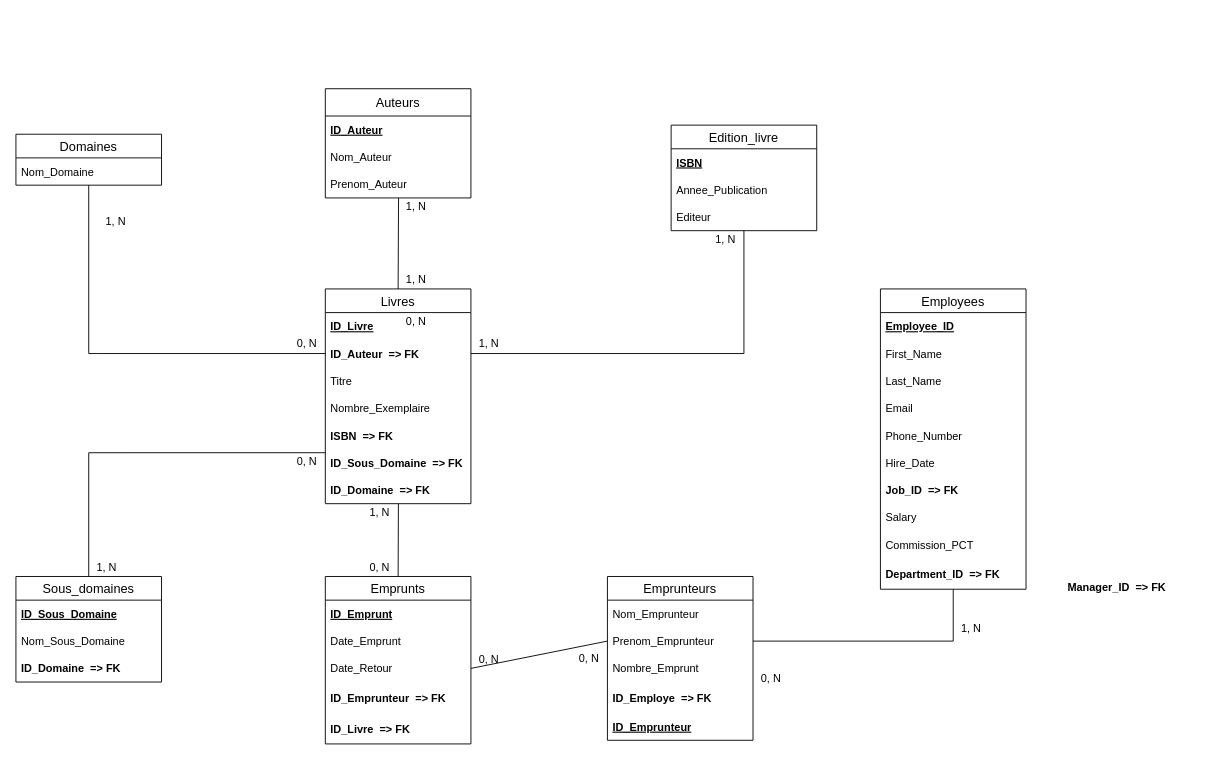
Jerome-Kraft/Projet_BDD keeps this draw.io diagram as MCD.drawio. Above is the earlier version. Source tidied: cells renumbered, new cells numbered last; positions are measured from the earlier drawing's top-left corner, leaving out a move shared by most shapes. Both pictures are drawn from the tidied source at 91%, with x=0, y=0 at pixel (15, 88).
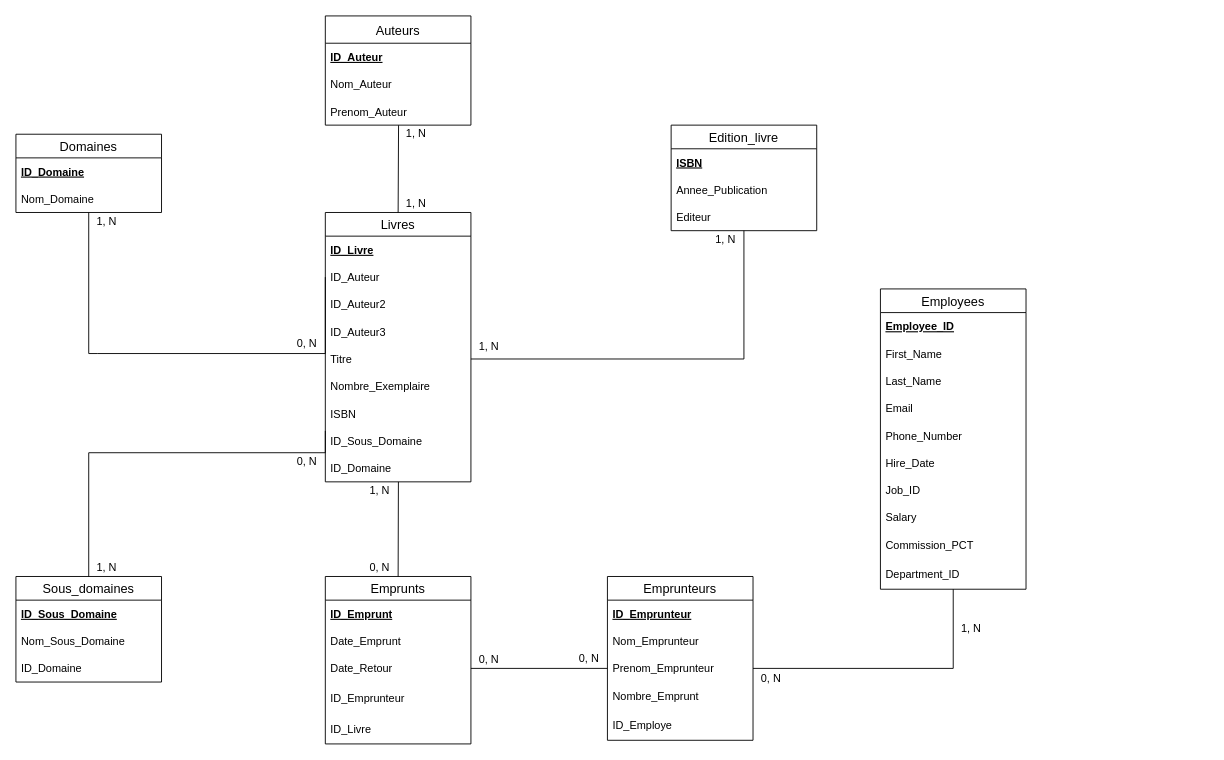
After the change.

Unchanged cells that the change refers to:
```xml
<mxCell id="12" value="Edition_livre" style="swimlane;fontStyle=0;horizontal=1;startSize=26;align=center;fontSize=14;" parent="1" vertex="1">
  <mxGeometry x="720" y="40" width="160" height="116" as="geometry" />
</mxCell>
<mxCell id="16" value="Sous_domaines" style="swimlane;fontStyle=0;horizontal=1;startSize=26;align=center;fontSize=14;" parent="1" vertex="1">
  <mxGeometry y="536" width="160" height="116" as="geometry" />
</mxCell>
<mxCell id="33" value="Emprunteurs" style="swimlane;fontStyle=0;horizontal=1;startSize=26;align=center;fontSize=14;" parent="1" vertex="1">
  <mxGeometry x="650" y="536" width="160" height="180" as="geometry" />
</mxCell>
<mxCell id="39" value="Emprunts" style="swimlane;fontStyle=0;horizontal=1;startSize=26;align=center;fontSize=14;" parent="1" vertex="1">
  <mxGeometry x="340" y="536" width="160" height="184" as="geometry" />
</mxCell>
<mxCell id="50" value="Employees" style="swimlane;fontStyle=0;horizontal=1;startSize=26;align=center;fontSize=14;" parent="1" vertex="1">
  <mxGeometry x="950" y="220" width="160" height="330" as="geometry" />
</mxCell>
```

Diff of the diagram source:
```diff
@@
     <mxCell id="2" value="Livres" style="swimlane;fontStyle=0;horizontal=1;startSize=26;align=center;fontSize=14;" parent="1" vertex="1">
-      <mxGeometry x="340" y="220" width="160" height="236" as="geometry" />
+      <mxGeometry x="340" y="136" width="160" height="296" as="geometry" />
     </mxCell>
@@
-    <mxCell id="4" value="ID_Auteur  =&gt; FK" style="text;strokeColor=none;fillColor=none;spacingLeft=4;spacingRight=4;overflow=hidden;points=[[0,0.5],[1,0.5]];portConstraint=eastwest;fontSize=12;verticalAlign=middle;fontStyle=1;" parent="2" vertex="1">
+    <mxCell id="4" value="ID_Auteur" style="text;strokeColor=none;fillColor=none;spacingLeft=4;spacingRight=4;overflow=hidden;points=[[0,0.5],[1,0.5]];portConstraint=eastwest;fontSize=12;verticalAlign=middle;fontStyle=0;" parent="2" vertex="1">
       <mxGeometry y="56" width="160" height="30" as="geometry" />
     </mxCell>
+    <mxCell id="70" value="ID_Auteur2" style="text;strokeColor=none;fillColor=none;spacingLeft=4;spacingRight=4;overflow=hidden;fontSize=12;verticalAlign=middle;fontStyle=0;" parent="2" vertex="1">
+      <mxGeometry y="86" width="160" height="30" as="geometry" />
+    </mxCell>
+    <mxCell id="71" value="ID_Auteur3" style="text;strokeColor=none;fillColor=none;spacingLeft=4;spacingRight=4;overflow=hidden;fontSize=12;verticalAlign=middle;fontStyle=0;" parent="2" vertex="1">
+      <mxGeometry y="116" width="160" height="30" as="geometry" />
+    </mxCell>
     <mxCell id="5" value="Titre" style="text;strokeColor=none;fillColor=none;spacingLeft=4;spacingRight=4;overflow=hidden;points=[[0,0.5],[1,0.5]];portConstraint=eastwest;fontSize=12;verticalAlign=middle;" parent="2" vertex="1">
-      <mxGeometry y="86" width="160" height="30" as="geometry" />
+      <mxGeometry y="146" width="160" height="30" as="geometry" />
     </mxCell>
     <mxCell id="6" value="Nombre_Exemplaire" style="text;strokeColor=none;fillColor=none;spacingLeft=4;spacingRight=4;overflow=hidden;fontSize=12;verticalAlign=middle;" parent="2" vertex="1">
-      <mxGeometry y="116" width="160" height="30" as="geometry" />
+      <mxGeometry y="176" width="160" height="30" as="geometry" />
     </mxCell>
-    <mxCell id="7" value="ISBN  =&gt; FK" style="text;strokeColor=none;fillColor=none;spacingLeft=4;spacingRight=4;overflow=hidden;fontSize=12;verticalAlign=middle;fontStyle=1;" parent="2" vertex="1">
-      <mxGeometry y="146" width="160" height="30" as="geometry" />
+    <mxCell id="7" value="ISBN" style="text;strokeColor=none;fillColor=none;spacingLeft=4;spacingRight=4;overflow=hidden;fontSize=12;verticalAlign=middle;fontStyle=0;" parent="2" vertex="1">
+      <mxGeometry y="206" width="160" height="30" as="geometry" />
     </mxCell>
-    <mxCell id="8" value="ID_Sous_Domaine  =&gt; FK" style="text;strokeColor=none;fillColor=none;spacingLeft=4;spacingRight=4;overflow=hidden;points=[[0,0.5],[1,0.5]];portConstraint=eastwest;fontSize=12;fontStyle=1;verticalAlign=middle;" parent="2" vertex="1">
-      <mxGeometry y="176" width="160" height="30" as="geometry" />
+    <mxCell id="8" value="ID_Sous_Domaine" style="text;strokeColor=none;fillColor=none;spacingLeft=4;spacingRight=4;overflow=hidden;points=[[0,0.5],[1,0.5]];portConstraint=eastwest;fontSize=12;fontStyle=0;verticalAlign=middle;" parent="2" vertex="1">
+      <mxGeometry y="236" width="160" height="30" as="geometry" />
     </mxCell>
-    <mxCell id="9" value="ID_Domaine  =&gt; FK" style="text;strokeColor=none;fillColor=none;spacingLeft=4;spacingRight=4;overflow=hidden;points=[[0,0.5],[1,0.5]];portConstraint=eastwest;fontSize=12;verticalAlign=middle;fontStyle=1;" parent="2" vertex="1">
-      <mxGeometry y="206" width="160" height="30" as="geometry" />
+    <mxCell id="9" value="ID_Domaine" style="text;strokeColor=none;fillColor=none;spacingLeft=4;spacingRight=4;overflow=hidden;points=[[0,0.5],[1,0.5]];portConstraint=eastwest;fontSize=12;verticalAlign=middle;fontStyle=0;" parent="2" vertex="1">
+      <mxGeometry y="266" width="160" height="30" as="geometry" />
     </mxCell>
     <mxCell id="10" value="Domaines" style="swimlane;fontStyle=0;horizontal=1;startSize=26;align=center;fontSize=14;" parent="1" vertex="1">
-      <mxGeometry y="50" width="160" height="56" as="geometry" />
+      <mxGeometry y="50" width="160" height="86" as="geometry" />
     </mxCell>
+    <mxCell id="72" value="ID_Domaine" style="text;strokeColor=none;fillColor=none;spacingLeft=4;spacingRight=4;overflow=hidden;fontSize=12;fontStyle=5;verticalAlign=middle;" parent="10" vertex="1">
+      <mxGeometry y="26" width="160" height="30" as="geometry" />
+    </mxCell>
     <mxCell id="11" value="Nom_Domaine" style="text;strokeColor=none;fillColor=none;spacingLeft=4;spacingRight=4;overflow=hidden;fontSize=12;verticalAlign=middle;" parent="10" vertex="1">
-      <mxGeometry y="26" width="160" height="30" as="geometry" />
+      <mxGeometry y="56" width="160" height="30" as="geometry" />
     </mxCell>
@@
-    <mxCell id="19" value="ID_Domaine  =&gt; FK" style="text;strokeColor=none;fillColor=none;spacingLeft=4;spacingRight=4;overflow=hidden;fontSize=12;verticalAlign=middle;fontStyle=1;" parent="16" vertex="1">
+    <mxCell id="19" value="ID_Domaine" style="text;strokeColor=none;fillColor=none;spacingLeft=4;spacingRight=4;overflow=hidden;fontSize=12;verticalAlign=middle;fontStyle=0;" parent="16" vertex="1">
       <mxGeometry y="86" width="160" height="30" as="geometry" />
     </mxCell>
     <mxCell id="20" value="Auteurs" style="swimlane;fontStyle=0;horizontal=1;startSize=30;align=center;fontSize=14;" parent="1" vertex="1">
-      <mxGeometry x="340" width="160" height="120" as="geometry" />
+      <mxGeometry x="340" y="-80" width="160" height="120" as="geometry" />
     </mxCell>
@@
-    <mxCell id="24" style="endArrow=none;html=1;rounded=0;edgeStyle=orthogonalEdgeStyle;exitX=1;exitY=0.5;exitDx=0;exitDy=0;entryX=0.5;entryY=1;entryDx=0;entryDy=0;" parent="1" edge="1" source="4" target="12">
+    <mxCell id="24" style="endArrow=none;html=1;rounded=0;edgeStyle=orthogonalEdgeStyle;exitX=1;exitY=0.5;exitDx=0;exitDy=0;entryX=0.5;entryY=1;entryDx=0;entryDy=0;" parent="1" edge="1" source="5" target="12">
       <mxGeometry relative="1" as="geometry" />
     </mxCell>
@@
     <mxCell id="30" value="1, N" style="text;html=1;strokeColor=none;fillColor=none;align=center;verticalAlign=middle;whiteSpace=wrap;rounded=0;" parent="1" vertex="1">
-      <mxGeometry x="90" y="136" width="40" height="20" as="geometry" />
+      <mxGeometry x="80" y="136" width="40" height="20" as="geometry" />
     </mxCell>
     <mxCell id="31" value="1, N" style="text;html=1;strokeColor=none;fillColor=none;align=center;verticalAlign=middle;whiteSpace=wrap;rounded=0;" parent="1" vertex="1">
-      <mxGeometry x="500" y="270" width="40" height="20" as="geometry" />
+      <mxGeometry x="500" y="274" width="40" height="20" as="geometry" />
     </mxCell>
@@
+    <mxCell id="38" value="ID_Emprunteur" style="text;strokeColor=none;fillColor=none;spacingLeft=4;spacingRight=4;overflow=hidden;fontSize=12;verticalAlign=middle;fontStyle=5;" parent="33" vertex="1">
+      <mxGeometry y="26" width="160" height="30" as="geometry" />
+    </mxCell>
     <mxCell id="34" value="Nom_Emprunteur" style="text;strokeColor=none;fillColor=none;spacingLeft=4;spacingRight=4;overflow=hidden;fontSize=12;verticalAlign=middle;" parent="33" vertex="1">
-      <mxGeometry y="26" width="160" height="30" as="geometry" />
+      <mxGeometry y="56" width="160" height="30" as="geometry" />
     </mxCell>
     <mxCell id="35" value="Prenom_Emprunteur" style="text;strokeColor=none;fillColor=none;spacingLeft=4;spacingRight=4;overflow=hidden;points=[[0,0.5],[1,0.5]];portConstraint=eastwest;fontSize=12;verticalAlign=middle;" parent="33" vertex="1">
-      <mxGeometry y="56" width="160" height="30" as="geometry" />
+      <mxGeometry y="86" width="160" height="30" as="geometry" />
     </mxCell>
     <mxCell id="36" value="Nombre_Emprunt" style="text;strokeColor=none;fillColor=none;spacingLeft=4;spacingRight=4;overflow=hidden;fontSize=12;verticalAlign=middle;" parent="33" vertex="1">
-      <mxGeometry y="86" width="160" height="30" as="geometry" />
+      <mxGeometry y="116" width="160" height="30" as="geometry" />
     </mxCell>
-    <mxCell id="37" value="ID_Employe  =&gt; FK" style="text;strokeColor=none;fillColor=none;spacingLeft=4;spacingRight=4;overflow=hidden;fontSize=12;verticalAlign=middle;fontStyle=1;" parent="33" vertex="1">
-      <mxGeometry y="116" width="160" height="34" as="geometry" />
+    <mxCell id="37" value="ID_Employe" style="text;strokeColor=none;fillColor=none;spacingLeft=4;spacingRight=4;overflow=hidden;fontSize=12;verticalAlign=middle;fontStyle=0;" parent="33" vertex="1">
+      <mxGeometry y="146" width="160" height="34" as="geometry" />
     </mxCell>
-    <mxCell id="38" value="ID_Emprunteur" style="text;strokeColor=none;fillColor=none;spacingLeft=4;spacingRight=4;overflow=hidden;fontSize=12;verticalAlign=middle;fontStyle=5;" parent="33" vertex="1">
-      <mxGeometry y="150" width="160" height="30" as="geometry" />
-    </mxCell>
@@
-    <mxCell id="43" value="ID_Emprunteur  =&gt; FK" style="text;strokeColor=none;fillColor=none;spacingLeft=4;spacingRight=4;overflow=hidden;fontSize=12;verticalAlign=middle;fontStyle=1;" parent="39" vertex="1">
+    <mxCell id="43" value="ID_Emprunteur" style="text;strokeColor=none;fillColor=none;spacingLeft=4;spacingRight=4;overflow=hidden;fontSize=12;verticalAlign=middle;fontStyle=0;" parent="39" vertex="1">
       <mxGeometry y="116" width="160" height="34" as="geometry" />
     </mxCell>
-    <mxCell id="44" value="ID_Livre  =&gt; FK" style="text;strokeColor=none;fillColor=none;spacingLeft=4;spacingRight=4;overflow=hidden;fontSize=12;verticalAlign=middle;fontStyle=1;" parent="39" vertex="1">
+    <mxCell id="44" value="ID_Livre" style="text;strokeColor=none;fillColor=none;spacingLeft=4;spacingRight=4;overflow=hidden;fontSize=12;verticalAlign=middle;fontStyle=0;" parent="39" vertex="1">
       <mxGeometry y="150" width="160" height="34" as="geometry" />
     </mxCell>
@@
-    <mxCell id="46" value="0, N" style="text;html=1;strokeColor=none;fillColor=none;align=center;verticalAlign=middle;whiteSpace=wrap;rounded=0;" parent="1" vertex="1">
-      <mxGeometry x="420" y="246" width="40" height="20" as="geometry" />
-    </mxCell>
@@
-    <mxCell id="57" value="Job_ID  =&gt; FK" style="text;strokeColor=none;fillColor=none;spacingLeft=4;spacingRight=4;overflow=hidden;fontSize=12;verticalAlign=middle;fontStyle=1;" parent="50" vertex="1">
+    <mxCell id="57" value="Job_ID" style="text;strokeColor=none;fillColor=none;spacingLeft=4;spacingRight=4;overflow=hidden;fontSize=12;verticalAlign=middle;fontStyle=0;" parent="50" vertex="1">
       <mxGeometry y="206" width="160" height="30" as="geometry" />
     </mxCell>
@@
-    <mxCell id="60" value="Department_ID  =&gt; FK" style="text;strokeColor=none;fillColor=none;spacingLeft=4;spacingRight=4;overflow=hidden;fontSize=12;verticalAlign=middle;fontStyle=1;" parent="50" vertex="1">
+    <mxCell id="60" value="Department_ID" style="text;strokeColor=none;fillColor=none;spacingLeft=4;spacingRight=4;overflow=hidden;fontSize=12;verticalAlign=middle;fontStyle=0;" parent="50" vertex="1">
       <mxGeometry y="296" width="160" height="34" as="geometry" />
     </mxCell>
@@
     <mxCell id="63" value="1, N" style="text;html=1;strokeColor=none;fillColor=none;align=center;verticalAlign=middle;whiteSpace=wrap;rounded=0;" parent="1" vertex="1">
-      <mxGeometry x="420" y="120" width="40" height="20" as="geometry" />
+      <mxGeometry x="420" y="40" width="40" height="20" as="geometry" />
     </mxCell>
     <mxCell id="64" value="1, N" style="text;html=1;strokeColor=none;fillColor=none;align=center;verticalAlign=middle;whiteSpace=wrap;rounded=0;" parent="1" vertex="1">
-      <mxGeometry x="420" y="200" width="40" height="20" as="geometry" />
+      <mxGeometry x="420" y="116" width="40" height="20" as="geometry" />
     </mxCell>
     <mxCell id="65" value="1, N" style="text;html=1;strokeColor=none;fillColor=none;align=center;verticalAlign=middle;whiteSpace=wrap;rounded=0;" parent="1" vertex="1">
-      <mxGeometry x="380" y="456" width="40" height="20" as="geometry" />
+      <mxGeometry x="380" y="432" width="40" height="20" as="geometry" />
     </mxCell>
@@
-    <mxCell id="69" value="Manager_ID  =&gt; FK" style="text;strokeColor=none;fillColor=none;spacingLeft=4;spacingRight=4;overflow=hidden;fontSize=12;verticalAlign=middle;fontStyle=1;" parent="1" vertex="1">
-      <mxGeometry x="1150" y="530" width="160" height="34" as="geometry" />
-    </mxCell>
```
